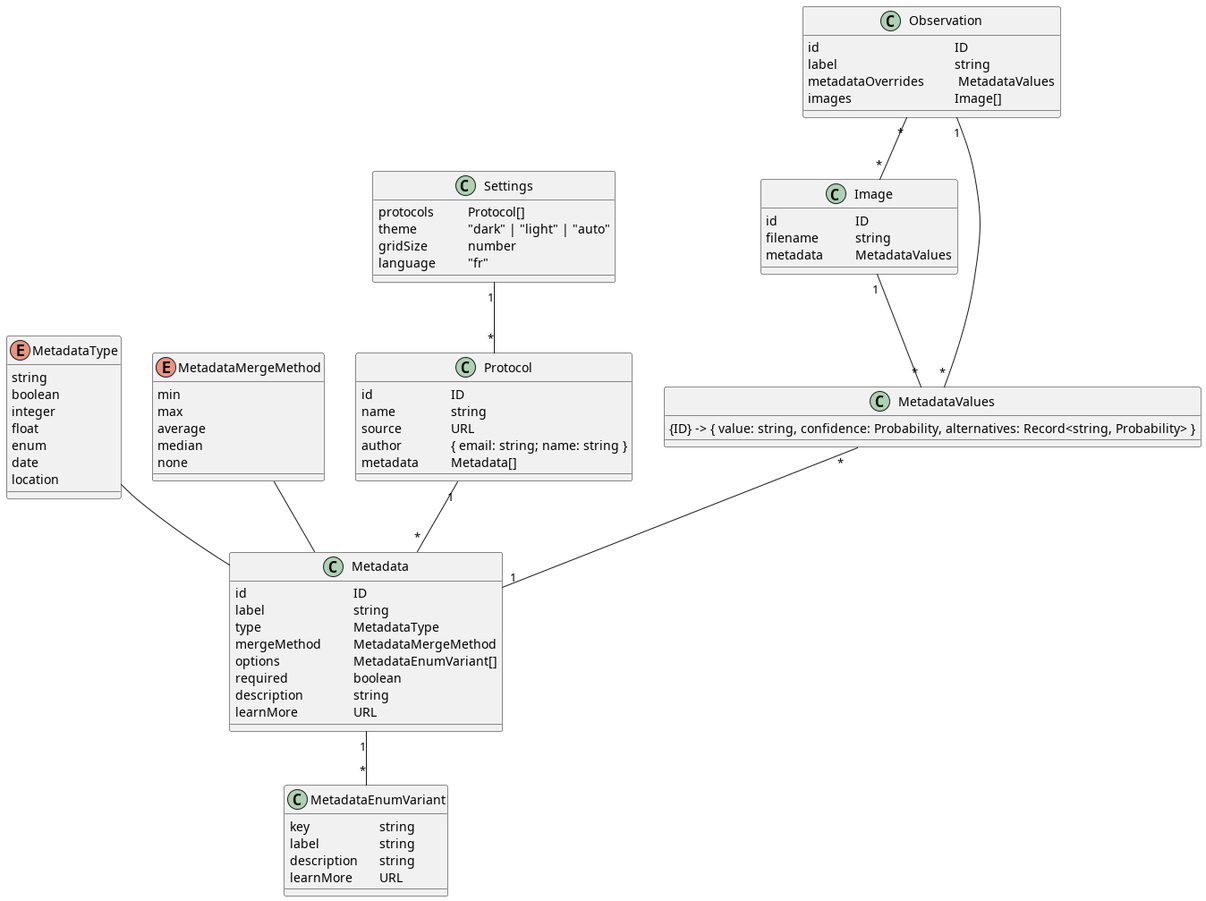
Earlier version of the PlantUML export database.png (cigaleapp/cigale).
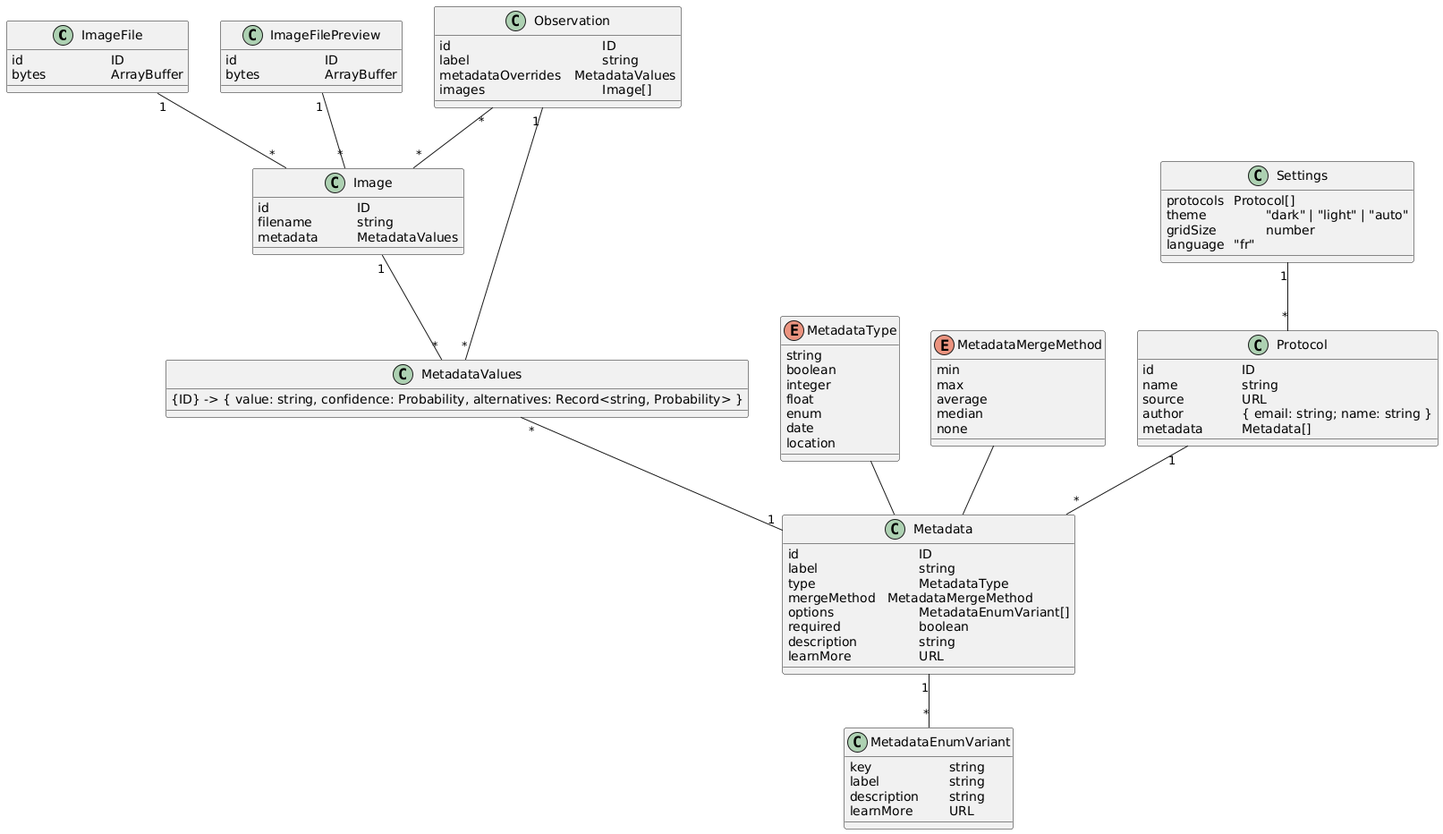
After the change.

Commit message:
📝 Update database diagram

What changed in the source:
```diff
@@ -1,4 +1,13 @@
 @startuml
+class ImageFile {
+     id \t\t\t ID
+     bytes \t\t ArrayBuffer
+}
+
+class ImageFilePreview {
+     id \t\t\t ID
+     bytes \t\t ArrayBuffer
+}
 
 class Image {
      id \t\t\t ID
@@ -76,6 +85,8 @@
 Observation "1" -- "*" MetadataValues
 Image "1" -- "*" MetadataValues
 Metadata "1" -- "*" MetadataEnumVariant
+ImageFile "1" -- "*" Image
+ImageFilePreview "1" -- "*" Image
 
 MetadataType -- Metadata
 MetadataMergeMethod -- Metadata
```
